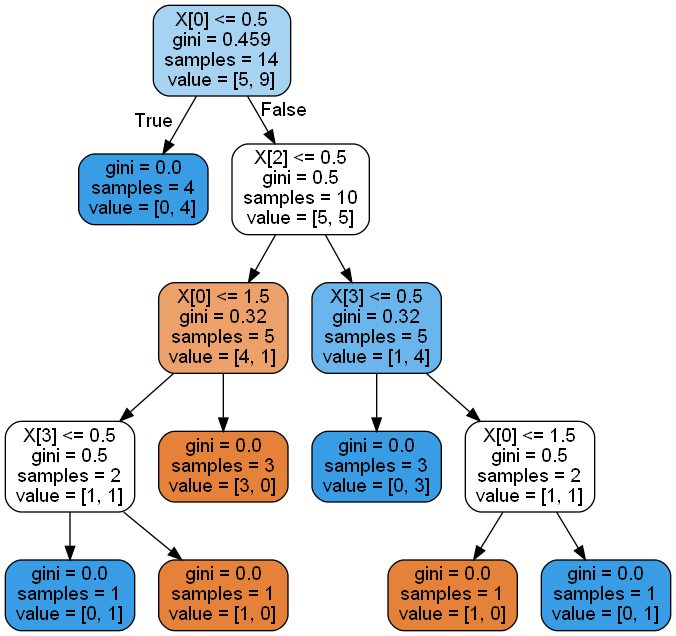
Before: clasiArbol.png, a diagram exported from Graphviz (froi0409/DataScienceFroi). Its source is kept beside it as clasiArbol.dot.
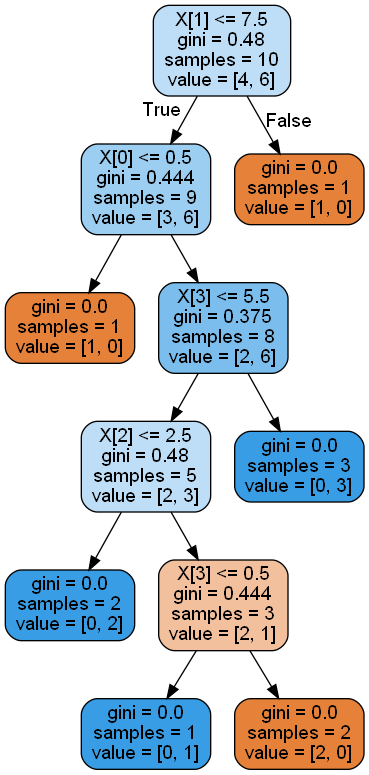
The same diagram one commit later.

Diff of the diagram source:
```diff
@@ -1,29 +1,25 @@
 digraph Tree {
 node [shape=box, style="filled, rounded", color="black", fontname="helvetica"] ;
 edge [fontname="helvetica"] ;
-0 [label="X[0] <= 0.5\ngini = 0.459\nsamples = 14\nvalue = [5, 9]", fillcolor="#a7d3f3"] ;
-1 [label="gini = 0.0\nsamples = 4\nvalue = [0, 4]", fillcolor="#399de5"] ;
+0 [label="X[1] <= 7.5\ngini = 0.48\nsamples = 10\nvalue = [4, 6]", fillcolor="#bddef6"] ;
+1 [label="X[0] <= 0.5\ngini = 0.444\nsamples = 9\nvalue = [3, 6]", fillcolor="#9ccef2"] ;
 0 -> 1 [labeldistance=2.5, labelangle=45, headlabel="True"] ;
-2 [label="X[2] <= 0.5\ngini = 0.5\nsamples = 10\nvalue = [5, 5]", fillcolor="#ffffff"] ;
-0 -> 2 [labeldistance=2.5, labelangle=-45, headlabel="False"] ;
-3 [label="X[0] <= 1.5\ngini = 0.32\nsamples = 5\nvalue = [4, 1]", fillcolor="#eca06a"] ;
-2 -> 3 ;
-4 [label="X[3] <= 0.5\ngini = 0.5\nsamples = 2\nvalue = [1, 1]", fillcolor="#ffffff"] ;
+2 [label="gini = 0.0\nsamples = 1\nvalue = [1, 0]", fillcolor="#e58139"] ;
+1 -> 2 ;
+3 [label="X[3] <= 5.5\ngini = 0.375\nsamples = 8\nvalue = [2, 6]", fillcolor="#7bbeee"] ;
+1 -> 3 ;
+4 [label="X[2] <= 2.5\ngini = 0.48\nsamples = 5\nvalue = [2, 3]", fillcolor="#bddef6"] ;
 3 -> 4 ;
-5 [label="gini = 0.0\nsamples = 1\nvalue = [0, 1]", fillcolor="#399de5"] ;
+5 [label="gini = 0.0\nsamples = 2\nvalue = [0, 2]", fillcolor="#399de5"] ;
 4 -> 5 ;
-6 [label="gini = 0.0\nsamples = 1\nvalue = [1, 0]", fillcolor="#e58139"] ;
+6 [label="X[3] <= 0.5\ngini = 0.444\nsamples = 3\nvalue = [2, 1]", fillcolor="#f2c09c"] ;
 4 -> 6 ;
-7 [label="gini = 0.0\nsamples = 3\nvalue = [3, 0]", fillcolor="#e58139"] ;
-3 -> 7 ;
-8 [label="X[3] <= 0.5\ngini = 0.32\nsamples = 5\nvalue = [1, 4]", fillcolor="#6ab6ec"] ;
-2 -> 8 ;
+7 [label="gini = 0.0\nsamples = 1\nvalue = [0, 1]", fillcolor="#399de5"] ;
+6 -> 7 ;
+8 [label="gini = 0.0\nsamples = 2\nvalue = [2, 0]", fillcolor="#e58139"] ;
+6 -> 8 ;
 9 [label="gini = 0.0\nsamples = 3\nvalue = [0, 3]", fillcolor="#399de5"] ;
-8 -> 9 ;
-10 [label="X[0] <= 1.5\ngini = 0.5\nsamples = 2\nvalue = [1, 1]", fillcolor="#ffffff"] ;
-8 -> 10 ;
-11 [label="gini = 0.0\nsamples = 1\nvalue = [1, 0]", fillcolor="#e58139"] ;
-10 -> 11 ;
-12 [label="gini = 0.0\nsamples = 1\nvalue = [0, 1]", fillcolor="#399de5"] ;
-10 -> 12 ;
+3 -> 9 ;
+10 [label="gini = 0.0\nsamples = 1\nvalue = [1, 0]", fillcolor="#e58139"] ;
+0 -> 10 [labeldistance=2.5, labelangle=-45, headlabel="False"] ;
 }
```
